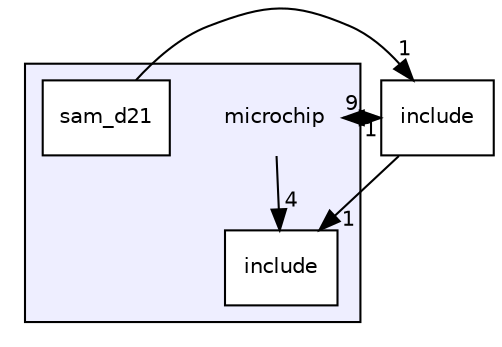
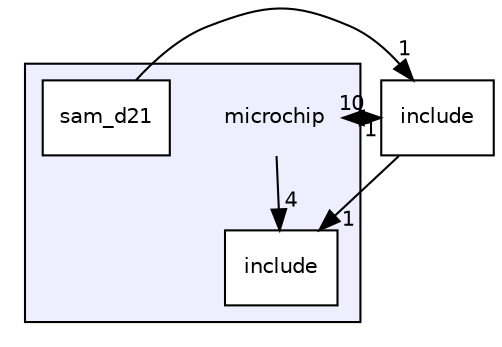
digraph "microchip" {
  compound=true
  node [ fontsize="10", fontname="Helvetica"];
  edge [ labelfontsize="10", labelfontname="Helvetica"];
  subgraph clusterdir_60864ceb768185ac6327ae001cbbf6bb {
    graph [ bgcolor="#eeeeff", pencolor="black", label="" URL="dir_60864ceb768185ac6327ae001cbbf6bb.html"];
    dir_60864ceb768185ac6327ae001cbbf6bb [shape=plaintext label="microchip"];
    dir_9e363f36f24bb47b41c92bb586f92876 [shape=box label="include" color="black" fillcolor="white" style="filled" URL="dir_9e363f36f24bb47b41c92bb586f92876.html"];
    dir_86de2fa927f02998ccd20e25e1a56489 [shape=box label="sam_d21" color="black" fillcolor="white" style="filled" URL="dir_86de2fa927f02998ccd20e25e1a56489.html"];
  }
  dir_d44c64559bbebec7f509842c48db8b23 [shape=box label="include" URL="dir_d44c64559bbebec7f509842c48db8b23.html"];
  dir_d44c64559bbebec7f509842c48db8b23->dir_9e363f36f24bb47b41c92bb586f92876 [headlabel="1", labeldistance=1.5 headhref="dir_000002_000001.html"];
  dir_d44c64559bbebec7f509842c48db8b23->dir_60864ceb768185ac6327ae001cbbf6bb [headlabel="1", labeldistance=1.5 headhref="dir_000002_000000.html"];
  dir_60864ceb768185ac6327ae001cbbf6bb->dir_9e363f36f24bb47b41c92bb586f92876 [headlabel="4", labeldistance=1.5 headhref="dir_000000_000001.html"];
-   dir_60864ceb768185ac6327ae001cbbf6bb->dir_d44c64559bbebec7f509842c48db8b23 [headlabel="9", labeldistance=1.5 headhref="dir_000000_000002.html"];
+   dir_60864ceb768185ac6327ae001cbbf6bb->dir_d44c64559bbebec7f509842c48db8b23 [headlabel="10", labeldistance=1.5 headhref="dir_000000_000002.html"];
  dir_86de2fa927f02998ccd20e25e1a56489->dir_d44c64559bbebec7f509842c48db8b23 [headlabel="1", labeldistance=1.5 headhref="dir_000003_000002.html"];
}
